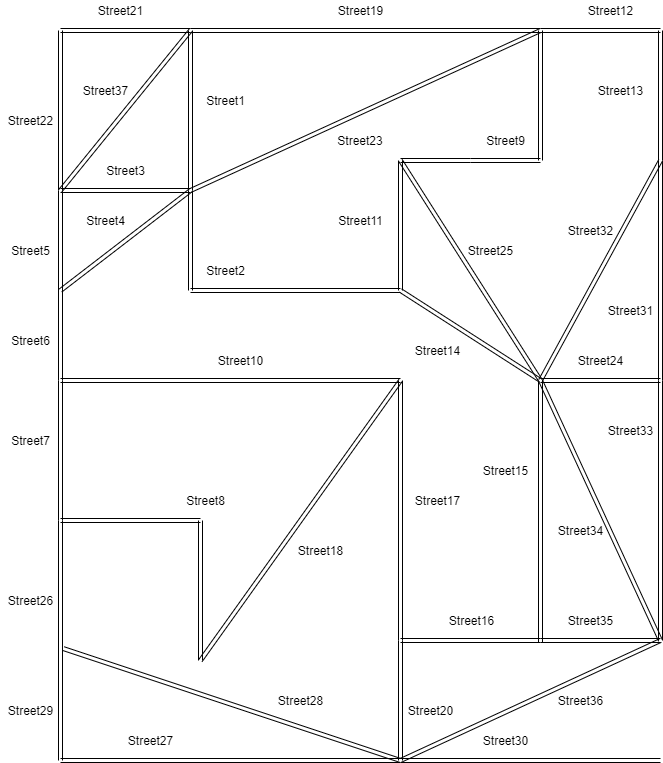
Earlier version of the draw.io export projekt/lib/new_map.png (kateriska/IJA). Source tidied: cells renumbered, new cells last; positions are measured from the earlier drawing's top-left corner, leaving out a move shared by most shapes.
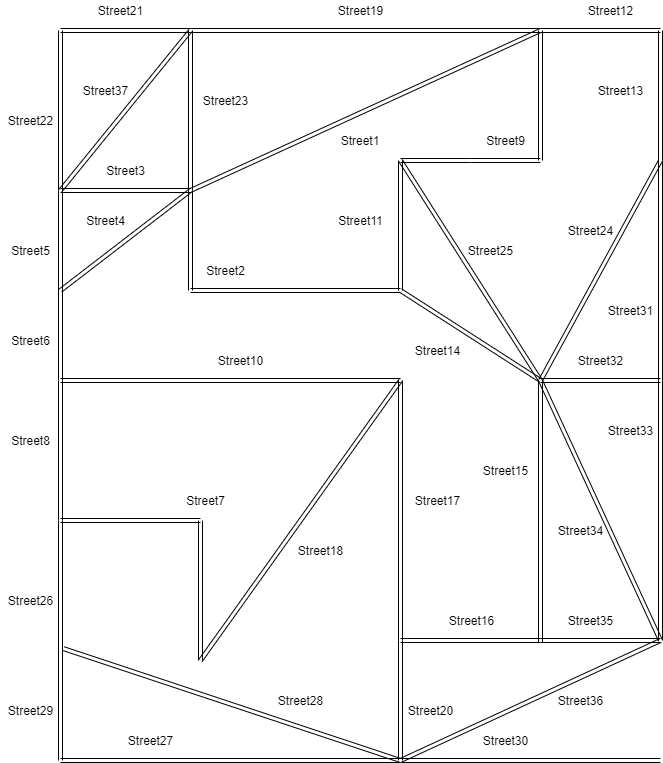
The same diagram one commit later.

Diff of the diagram source:
```diff
@@ -50,8 +50,8 @@
         <mxPoint x="60" y="520" as="targetPoint" />
       </mxGeometry>
     </mxCell>
-    <mxCell id="10" value="Street1" style="text;html=1;align=center;verticalAlign=middle;" parent="1" vertex="1">
-      <mxGeometry x="200" y="90" width="50" height="20" as="geometry" />
+    <mxCell id="10" value="Street23" style="text;html=1;align=center;verticalAlign=middle;" parent="1" vertex="1">
+      <mxGeometry x="195" y="90" width="60" height="20" as="geometry" />
     </mxCell>
     <mxCell id="11" value="Street2" style="text;html=1;align=center;verticalAlign=middle;" parent="1" vertex="1">
       <mxGeometry x="200" y="260" width="50" height="20" as="geometry" />
@@ -80,10 +80,10 @@
         <mxPoint x="200" y="660" as="targetPoint" />
       </mxGeometry>
     </mxCell>
-    <mxCell id="18" value="Street8" style="text;html=1;align=center;verticalAlign=middle;" parent="1" vertex="1">
+    <mxCell id="18" value="Street7" style="text;html=1;align=center;verticalAlign=middle;" parent="1" vertex="1">
       <mxGeometry x="180" y="490" width="50" height="20" as="geometry" />
     </mxCell>
-    <mxCell id="19" value="Street7" style="text;html=1;align=center;verticalAlign=middle;" parent="1" vertex="1">
+    <mxCell id="19" value="Street8" style="text;html=1;align=center;verticalAlign=middle;" parent="1" vertex="1">
       <mxGeometry x="5" y="430" width="50" height="20" as="geometry" />
     </mxCell>
     <mxCell id="20" style="shape=link;html=1;fillColor=#000000;strokeColor=#000000;" parent="1" edge="1">
@@ -221,7 +221,7 @@
     <mxCell id="48" value="Street21" style="text;html=1;align=center;verticalAlign=middle;" parent="1" vertex="1">
       <mxGeometry x="90" width="60" height="20" as="geometry" />
     </mxCell>
-    <mxCell id="49" value="Street23" style="text;html=1;strokeColor=none;fillColor=none;align=center;verticalAlign=middle;whiteSpace=wrap;rounded=0;" parent="1" vertex="1">
+    <mxCell id="49" value="Street1" style="text;html=1;strokeColor=none;fillColor=none;align=center;verticalAlign=middle;whiteSpace=wrap;rounded=0;" parent="1" vertex="1">
       <mxGeometry x="340" y="130" width="40" height="20" as="geometry" />
     </mxCell>
     <mxCell id="50" style="shape=link;html=1;" parent="1" edge="1">
@@ -230,7 +230,7 @@
         <mxPoint x="660" y="160" as="targetPoint" />
       </mxGeometry>
     </mxCell>
-    <mxCell id="51" value="Street32" style="text;html=1;align=center;verticalAlign=middle;" parent="1" vertex="1">
+    <mxCell id="51" value="Street24" style="text;html=1;align=center;verticalAlign=middle;" parent="1" vertex="1">
       <mxGeometry x="560" y="220" width="60" height="20" as="geometry" />
     </mxCell>
     <mxCell id="52" style="shape=link;html=1;" parent="1" edge="1">
@@ -329,7 +329,7 @@
     <mxCell id="71" value="Street31" style="text;html=1;align=center;verticalAlign=middle;" parent="1" vertex="1">
       <mxGeometry x="600" y="300" width="60" height="20" as="geometry" />
     </mxCell>
-    <mxCell id="72" value="Street24" style="text;html=1;align=center;verticalAlign=middle;" parent="1" vertex="1">
+    <mxCell id="72" value="Street32" style="text;html=1;align=center;verticalAlign=middle;" parent="1" vertex="1">
       <mxGeometry x="570" y="350" width="60" height="20" as="geometry" />
     </mxCell>
     <mxCell id="73" value="Street33" style="text;html=1;align=center;verticalAlign=middle;" parent="1" vertex="1">
```
